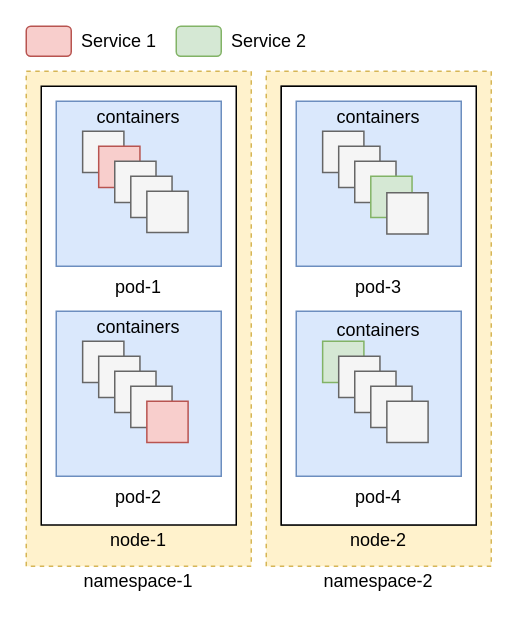
The draw.io diagram page "cluster" (1 of 2) of blog/raw/kube/Untitled Diagram.drawio in DavidVentura/blog, before the edit. Source tidied: cells renumbered, new cells numbered last; positions are measured from the earlier drawing's top-left corner, leaving out a move shared by most shapes. Both pictures are drawn from the tidied source at 150%, with x=0, y=0 at pixel (26, 26).
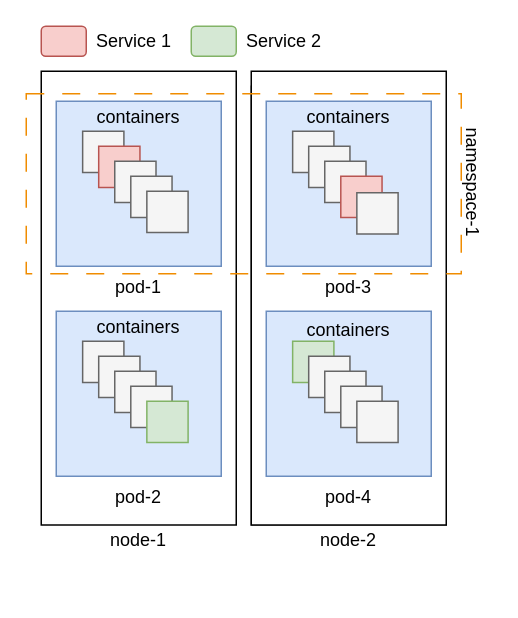
The same page after the edit.

The change refers to these unchanged cells:
```xml
<mxCell id="9" value="containers" style="group;labelPosition=center;verticalLabelPosition=top;align=center;verticalAlign=bottom;" parent="7" vertex="1">
  <mxGeometry x="17.6" y="20" width="74.9" height="70" as="geometry" />
</mxCell>
<mxCell id="36" value="containers" style="group;labelPosition=center;verticalLabelPosition=top;align=center;verticalAlign=bottom;" parent="34" vertex="1">
  <mxGeometry x="17.6" y="20" width="74.9" height="70" as="geometry" />
</mxCell>
```

What changed in the source:
```diff
@@
     <mxCell id="2" value="Service 1" style="rounded=1;fillColor=#f8cecc;strokeColor=#b85450;labelPosition=right;verticalLabelPosition=middle;align=left;verticalAlign=middle;spacingLeft=5;labelBorderColor=none;textShadow=0;html=1;labelBackgroundColor=none;" parent="1" vertex="1">
-      <mxGeometry width="30" height="20" as="geometry" />
+      <mxGeometry x="10" width="30" height="20" as="geometry" />
     </mxCell>
     <mxCell id="3" value="Service 2" style="rounded=1;html=1;fillColor=#d5e8d4;strokeColor=#82b366;labelPosition=right;verticalLabelPosition=middle;align=left;verticalAlign=middle;spacingLeft=5;fontColor=#000000;labelBackgroundColor=none;" parent="1" vertex="1">
-      <mxGeometry x="100" width="30" height="20" as="geometry" />
+      <mxGeometry x="110" width="30" height="20" as="geometry" />
     </mxCell>
-    <mxCell id="4" value="namespace-1" style="rounded=0;whiteSpace=wrap;html=1;verticalAlign=top;labelPosition=center;verticalLabelPosition=bottom;align=center;dashed=1;fillColor=#fff2cc;strokeColor=#d6b656;spacing=0;spacingTop=-2;" parent="1" vertex="1">
-      <mxGeometry y="30" width="150" height="330" as="geometry" />
-    </mxCell>
-    <mxCell id="5" style="group;spacingTop=-2;spacing=0;" parent="1" vertex="1">
-      <mxGeometry x="10" y="40" width="130" height="292.5" as="geometry" />
-    </mxCell>
+    <mxCell id="24" style="group;spacingTop=-2;spacing=0;fillColor=#f5f5f5;fontColor=#333333;strokeColor=#666666;" parent="1" vertex="1">
+      <mxGeometry x="150" y="40" width="130" height="292.5" as="geometry" />
+    </mxCell>
-    <mxCell id="6" value="node-1" style="rounded=0;whiteSpace=wrap;html=1;labelPosition=center;verticalLabelPosition=bottom;align=center;verticalAlign=top;spacing=0;spacingTop=-2;" parent="5" vertex="1">
-      <mxGeometry width="130" height="292.5" as="geometry" />
+    <mxCell id="6" value="node-1" style="rounded=0;whiteSpace=wrap;html=1;labelPosition=center;verticalLabelPosition=bottom;align=center;verticalAlign=top;spacing=0;spacingTop=-2;" parent="1" vertex="1">
+      <mxGeometry x="10" y="30" width="130" height="302.5" as="geometry" />
     </mxCell>
-    <mxCell id="7" style="group;labelPosition=center;verticalLabelPosition=top;align=center;verticalAlign=bottom;" parent="5" vertex="1">
-      <mxGeometry x="10" y="150" width="110" height="110" as="geometry" />
+    <mxCell id="7" style="group;labelPosition=center;verticalLabelPosition=top;align=center;verticalAlign=bottom;" parent="1" vertex="1">
+      <mxGeometry x="20" y="190" width="110" height="110" as="geometry" />
     </mxCell>
@@
-    <mxCell id="14" style="whiteSpace=wrap;html=1;labelPosition=center;verticalLabelPosition=bottom;align=center;verticalAlign=top;fillColor=#f8cecc;strokeColor=#b85450;" parent="9" vertex="1">
+    <mxCell id="14" style="whiteSpace=wrap;html=1;labelPosition=center;verticalLabelPosition=bottom;align=center;verticalAlign=top;fillColor=#d5e8d4;strokeColor=#82b366;" parent="9" vertex="1">
       <mxGeometry x="42.8" y="40" width="27.5" height="27.5" as="geometry" />
     </mxCell>
-    <mxCell id="15" style="group;" parent="5" vertex="1">
-      <mxGeometry x="10" y="10" width="110" height="110" as="geometry" />
+    <mxCell id="15" style="group;" parent="1" vertex="1">
+      <mxGeometry x="20" y="50" width="110" height="110" as="geometry" />
     </mxCell>
@@
-    <mxCell id="23" value="namespace-2" style="rounded=0;whiteSpace=wrap;html=1;verticalAlign=top;labelPosition=center;verticalLabelPosition=bottom;align=center;dashed=1;fillColor=#fff2cc;strokeColor=#d6b656;spacing=0;spacingTop=-2;fontColor=default;" parent="1" vertex="1">
-      <mxGeometry x="160" y="30" width="150" height="330" as="geometry" />
-    </mxCell>
-    <mxCell id="24" style="group;spacingTop=-2;spacing=0;fillColor=#f5f5f5;fontColor=#333333;strokeColor=#666666;" parent="1" vertex="1">
-      <mxGeometry x="170" y="40" width="130" height="292.5" as="geometry" />
-    </mxCell>
-    <mxCell id="25" value="node-2" style="rounded=0;whiteSpace=wrap;html=1;labelPosition=center;verticalLabelPosition=bottom;align=center;verticalAlign=top;spacing=0;spacingTop=-2;" parent="24" vertex="1">
-      <mxGeometry width="130" height="292.5" as="geometry" />
+    <mxCell id="25" value="node-2" style="rounded=0;whiteSpace=wrap;html=1;labelPosition=center;verticalLabelPosition=bottom;align=center;verticalAlign=top;spacing=0;spacingTop=-2;" parent="1" vertex="1">
+      <mxGeometry x="150" y="30" width="130" height="302.5" as="geometry" />
     </mxCell>
-    <mxCell id="26" style="group;" parent="24" vertex="1">
-      <mxGeometry x="10" y="150" width="110" height="110" as="geometry" />
+    <mxCell id="26" style="group;" parent="1" vertex="1">
+      <mxGeometry x="160" y="190" width="110" height="110" as="geometry" />
     </mxCell>
@@
-    <mxCell id="34" style="group;" parent="24" vertex="1">
-      <mxGeometry x="10" y="10" width="110" height="110" as="geometry" />
+    <mxCell id="34" style="group;" parent="1" vertex="1">
+      <mxGeometry x="160" y="50" width="110" height="110" as="geometry" />
     </mxCell>
@@
-    <mxCell id="40" style="whiteSpace=wrap;html=1;labelPosition=center;verticalLabelPosition=bottom;align=center;verticalAlign=top;fillColor=#d5e8d4;strokeColor=#82b366;" parent="36" vertex="1">
+    <mxCell id="40" style="whiteSpace=wrap;html=1;labelPosition=center;verticalLabelPosition=bottom;align=center;verticalAlign=top;fillColor=#f8cecc;strokeColor=#b85450;" parent="36" vertex="1">
       <mxGeometry x="32.1" y="30" width="27.5" height="27.5" as="geometry" />
     </mxCell>
@@
+    <mxCell id="4" value="namespace-1" style="rounded=0;whiteSpace=wrap;html=1;verticalAlign=middle;labelPosition=right;verticalLabelPosition=middle;align=left;dashed=1;fillColor=none;strokeColor=#f08c00;spacing=0;spacingTop=-2;textDirection=vertical-lr;dashPattern=12 12;" parent="1" vertex="1">
+      <mxGeometry y="45" width="290" height="120" as="geometry" />
+    </mxCell>
```
